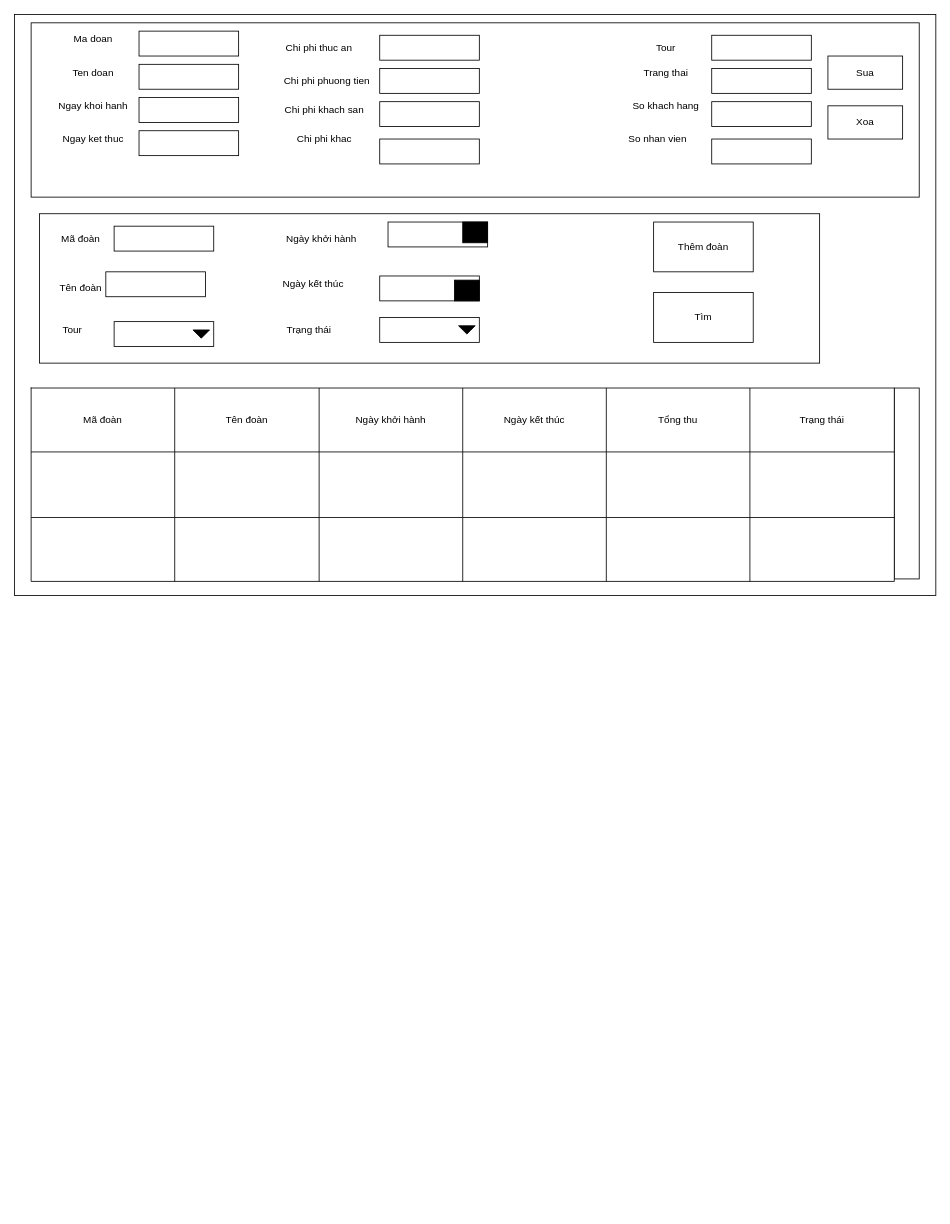
The draw.io diagram document/TouristGroupFrameProtortype.drawio in baotran0212/tourism-application, before the edit. Source tidied: cells renumbered, new cells numbered last; positions are measured from the earlier drawing's top-left corner, leaving out a move shared by most shapes. Both pictures are drawn from the tidied source at 83%, with x=0, y=0 at pixel (14, 14).
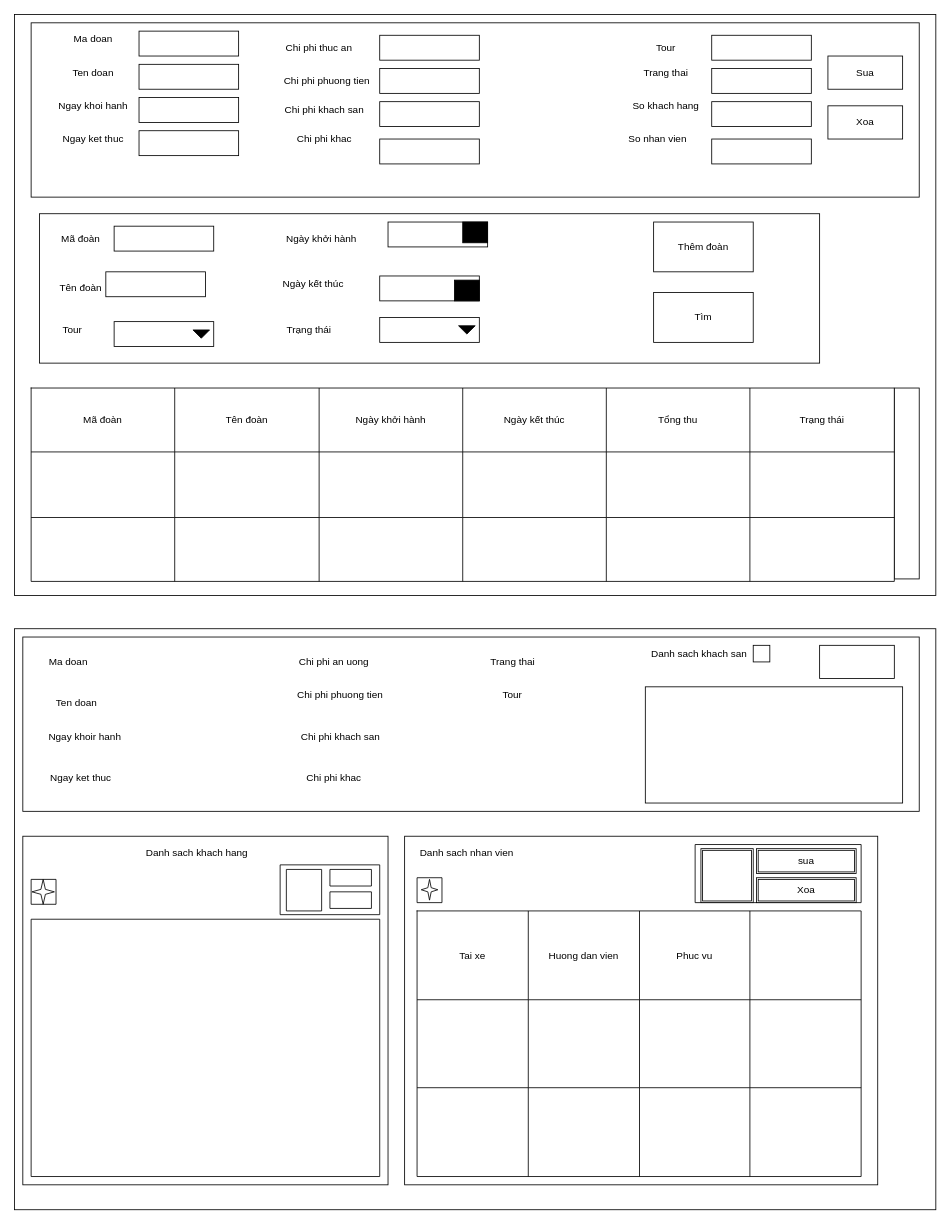
The same page after the edit.

The edit, as a diff of the source:
```diff
@@
+    <mxCell id="72" style="rounded=0;whiteSpace=wrap;html=1;" parent="1" vertex="1">
+      <mxGeometry y="740" width="1110" height="700" as="geometry" />
+    </mxCell>
+    <mxCell id="73" style="rounded=0;whiteSpace=wrap;html=1;" parent="1" vertex="1">
+      <mxGeometry x="10" y="750" width="1080" height="210" as="geometry" />
+    </mxCell>
+    <mxCell id="74" value="Ma doan" style="text;html=1;strokeColor=none;fillColor=none;align=center;verticalAlign=middle;whiteSpace=wrap;rounded=0;" parent="1" vertex="1">
+      <mxGeometry x="30" y="770" width="70" height="20" as="geometry" />
+    </mxCell>
+    <mxCell id="75" value="Ten doan" style="text;html=1;strokeColor=none;fillColor=none;align=center;verticalAlign=middle;whiteSpace=wrap;rounded=0;" parent="1" vertex="1">
+      <mxGeometry x="40" y="820" width="70" height="20" as="geometry" />
+    </mxCell>
+    <mxCell id="76" value="Ngay khoir hanh" style="text;html=1;strokeColor=none;fillColor=none;align=center;verticalAlign=middle;whiteSpace=wrap;rounded=0;" parent="1" vertex="1">
+      <mxGeometry x="20" y="860" width="130" height="20" as="geometry" />
+    </mxCell>
+    <mxCell id="77" value="Ngay ket thuc" style="text;html=1;strokeColor=none;fillColor=none;align=center;verticalAlign=middle;whiteSpace=wrap;rounded=0;" parent="1" vertex="1">
+      <mxGeometry x="5" y="910" width="150" height="20" as="geometry" />
+    </mxCell>
+    <mxCell id="78" value="Chi phi an uong" style="text;html=1;strokeColor=none;fillColor=none;align=center;verticalAlign=middle;whiteSpace=wrap;rounded=0;" parent="1" vertex="1">
+      <mxGeometry x="330" y="770" width="110" height="20" as="geometry" />
+    </mxCell>
+    <mxCell id="79" value="Chi phi phuong tien" style="text;html=1;strokeColor=none;fillColor=none;align=center;verticalAlign=middle;whiteSpace=wrap;rounded=0;" parent="1" vertex="1">
+      <mxGeometry x="335" y="810" width="115" height="20" as="geometry" />
+    </mxCell>
+    <mxCell id="80" value="Chi phi khach san" style="text;html=1;strokeColor=none;fillColor=none;align=center;verticalAlign=middle;whiteSpace=wrap;rounded=0;" parent="1" vertex="1">
+      <mxGeometry x="337.5" y="860" width="110" height="20" as="geometry" />
+    </mxCell>
+    <mxCell id="81" value="Chi phi khac" style="text;html=1;strokeColor=none;fillColor=none;align=center;verticalAlign=middle;whiteSpace=wrap;rounded=0;" parent="1" vertex="1">
+      <mxGeometry x="325" y="910" width="120" height="20" as="geometry" />
+    </mxCell>
+    <mxCell id="82" style="rounded=0;whiteSpace=wrap;html=1;" parent="1" vertex="1">
+      <mxGeometry x="10" y="990" width="440" height="420" as="geometry" />
+    </mxCell>
+    <mxCell id="83" value="Danh sach khach hang" style="text;html=1;strokeColor=none;fillColor=none;align=center;verticalAlign=middle;whiteSpace=wrap;rounded=0;" parent="1" vertex="1">
+      <mxGeometry x="155" y="1000" width="130" height="20" as="geometry" />
+    </mxCell>
+    <mxCell id="84" style="rounded=0;whiteSpace=wrap;html=1;" parent="1" vertex="1">
+      <mxGeometry x="470" y="990" width="570" height="420" as="geometry" />
+    </mxCell>
+    <mxCell id="85" value="Danh sach nhan vien" style="text;html=1;strokeColor=none;fillColor=none;align=center;verticalAlign=middle;whiteSpace=wrap;rounded=0;" parent="1" vertex="1">
+      <mxGeometry x="470" y="1000" width="150" height="20" as="geometry" />
+    </mxCell>
+    <mxCell id="86" style="shape=table;html=1;whiteSpace=wrap;startSize=0;childLayout=tableLayout;" parent="1" vertex="1">
+      <mxGeometry x="485" y="1080" width="535" height="320" as="geometry" />
+    </mxCell>
+    <mxCell id="87" style="shape=partialRectangle;html=1;whiteSpace=wrap;fillColor=none;top=0;left=0;bottom=0;right=0;" parent="86" vertex="1">
+      <mxGeometry width="535" height="107" as="geometry" />
+    </mxCell>
+    <mxCell id="88" value="Tai xe" style="shape=partialRectangle;html=1;whiteSpace=wrap;fillColor=none;top=0;left=0;bottom=0;right=0;overflow=hidden;" parent="87" vertex="1">
+      <mxGeometry width="134" height="107" as="geometry" />
+    </mxCell>
+    <mxCell id="89" value="Huong dan vien" style="shape=partialRectangle;html=1;whiteSpace=wrap;fillColor=none;top=0;left=0;bottom=0;right=0;overflow=hidden;" parent="87" vertex="1">
+      <mxGeometry x="134" width="134" height="107" as="geometry" />
+    </mxCell>
+    <mxCell id="90" value="Phuc vu" style="shape=partialRectangle;html=1;whiteSpace=wrap;fillColor=none;top=0;left=0;bottom=0;right=0;overflow=hidden;" parent="87" vertex="1">
+      <mxGeometry x="268" width="133" height="107" as="geometry" />
+    </mxCell>
+    <mxCell id="91" style="shape=partialRectangle;html=1;whiteSpace=wrap;fillColor=none;top=0;left=0;bottom=0;right=0;overflow=hidden;" parent="87" vertex="1">
+      <mxGeometry x="401" width="134" height="107" as="geometry" />
+    </mxCell>
+    <mxCell id="92" style="shape=partialRectangle;html=1;whiteSpace=wrap;fillColor=none;top=0;left=0;bottom=0;right=0;" parent="86" vertex="1">
+      <mxGeometry y="107" width="535" height="106" as="geometry" />
+    </mxCell>
+    <mxCell id="93" style="shape=partialRectangle;html=1;whiteSpace=wrap;fillColor=none;top=0;left=0;bottom=0;right=0;overflow=hidden;" parent="92" vertex="1">
+      <mxGeometry width="134" height="106" as="geometry" />
+    </mxCell>
+    <mxCell id="94" style="shape=partialRectangle;html=1;whiteSpace=wrap;fillColor=none;top=0;left=0;bottom=0;right=0;overflow=hidden;" parent="92" vertex="1">
+      <mxGeometry x="134" width="134" height="106" as="geometry" />
+    </mxCell>
+    <mxCell id="95" style="shape=partialRectangle;html=1;whiteSpace=wrap;fillColor=none;top=0;left=0;bottom=0;right=0;overflow=hidden;" parent="92" vertex="1">
+      <mxGeometry x="268" width="133" height="106" as="geometry" />
+    </mxCell>
+    <mxCell id="96" style="shape=partialRectangle;html=1;whiteSpace=wrap;fillColor=none;top=0;left=0;bottom=0;right=0;overflow=hidden;" parent="92" vertex="1">
+      <mxGeometry x="401" width="134" height="106" as="geometry" />
+    </mxCell>
+    <mxCell id="97" style="shape=partialRectangle;html=1;whiteSpace=wrap;fillColor=none;top=0;left=0;bottom=0;right=0;" parent="86" vertex="1">
+      <mxGeometry y="213" width="535" height="107" as="geometry" />
+    </mxCell>
+    <mxCell id="98" style="shape=partialRectangle;html=1;whiteSpace=wrap;fillColor=none;top=0;left=0;bottom=0;right=0;overflow=hidden;" parent="97" vertex="1">
+      <mxGeometry width="134" height="107" as="geometry" />
+    </mxCell>
+    <mxCell id="99" style="shape=partialRectangle;html=1;whiteSpace=wrap;fillColor=none;top=0;left=0;bottom=0;right=0;overflow=hidden;" parent="97" vertex="1">
+      <mxGeometry x="134" width="134" height="107" as="geometry" />
+    </mxCell>
+    <mxCell id="100" style="shape=partialRectangle;html=1;whiteSpace=wrap;fillColor=none;top=0;left=0;bottom=0;right=0;overflow=hidden;" parent="97" vertex="1">
+      <mxGeometry x="268" width="133" height="107" as="geometry" />
+    </mxCell>
+    <mxCell id="101" style="shape=partialRectangle;html=1;whiteSpace=wrap;fillColor=none;top=0;left=0;bottom=0;right=0;overflow=hidden;" parent="97" vertex="1">
+      <mxGeometry x="401" width="134" height="107" as="geometry" />
+    </mxCell>
+    <mxCell id="102" style="verticalLabelPosition=bottom;verticalAlign=top;html=1;shape=mxgraph.basic.rect;fillColor2=none;strokeWidth=1;size=20;indent=5;" parent="1" vertex="1">
+      <mxGeometry x="485" y="1040" width="30" height="30" as="geometry" />
+    </mxCell>
+    <mxCell id="103" style="verticalLabelPosition=bottom;verticalAlign=top;html=1;shape=mxgraph.basic.rect;fillColor2=none;strokeWidth=1;size=20;indent=5;" parent="1" vertex="1">
+      <mxGeometry x="820" y="1000" width="200" height="70" as="geometry" />
+    </mxCell>
+    <mxCell id="104" value="sua" style="shape=ext;double=1;rounded=0;whiteSpace=wrap;html=1;" parent="1" vertex="1">
+      <mxGeometry x="894" y="1005" width="120" height="30" as="geometry" />
+    </mxCell>
+    <mxCell id="105" value="Xoa" style="shape=ext;double=1;rounded=0;whiteSpace=wrap;html=1;" parent="1" vertex="1">
+      <mxGeometry x="894" y="1040" width="120" height="30" as="geometry" />
+    </mxCell>
+    <mxCell id="106" style="shape=ext;double=1;rounded=0;whiteSpace=wrap;html=1;" parent="1" vertex="1">
+      <mxGeometry x="827" y="1005" width="63" height="65" as="geometry" />
+    </mxCell>
+    <mxCell id="107" style="verticalLabelPosition=bottom;verticalAlign=top;html=1;shape=mxgraph.basic.4_point_star_2;dx=0.8;" parent="1" vertex="1">
+      <mxGeometry x="490" y="1042" width="20" height="25" as="geometry" />
+    </mxCell>
+    <mxCell id="108" style="verticalLabelPosition=bottom;verticalAlign=top;html=1;shape=mxgraph.basic.rect;fillColor2=none;strokeWidth=1;size=20;indent=5;" parent="1" vertex="1">
+      <mxGeometry x="20" y="1090" width="420" height="310" as="geometry" />
+    </mxCell>
+    <mxCell id="109" style="verticalLabelPosition=bottom;verticalAlign=top;html=1;shape=mxgraph.basic.rect;fillColor2=none;strokeWidth=1;size=20;indent=5;" parent="1" vertex="1">
+      <mxGeometry x="20" y="1042" width="30" height="30" as="geometry" />
+    </mxCell>
+    <mxCell id="110" style="verticalLabelPosition=bottom;verticalAlign=top;html=1;shape=mxgraph.basic.rect;fillColor2=none;strokeWidth=1;size=20;indent=5;" parent="1" vertex="1">
+      <mxGeometry x="320" y="1024.5" width="120" height="60" as="geometry" />
+    </mxCell>
+    <mxCell id="111" style="verticalLabelPosition=bottom;verticalAlign=top;html=1;shape=mxgraph.basic.rect;fillColor2=none;strokeWidth=1;size=20;indent=5;" parent="1" vertex="1">
+      <mxGeometry x="327.5" y="1030" width="42.5" height="50" as="geometry" />
+    </mxCell>
+    <mxCell id="112" style="verticalLabelPosition=bottom;verticalAlign=top;html=1;shape=mxgraph.basic.rect;fillColor2=none;strokeWidth=1;size=20;indent=5;" parent="1" vertex="1">
+      <mxGeometry x="380" y="1030" width="50" height="20" as="geometry" />
+    </mxCell>
+    <mxCell id="113" style="verticalLabelPosition=bottom;verticalAlign=top;html=1;shape=mxgraph.basic.rect;fillColor2=none;strokeWidth=1;size=20;indent=5;" parent="1" vertex="1">
+      <mxGeometry x="380" y="1057" width="50" height="20" as="geometry" />
+    </mxCell>
+    <mxCell id="114" style="verticalLabelPosition=bottom;verticalAlign=top;html=1;shape=mxgraph.basic.4_point_star_2;dx=0.8;" parent="1" vertex="1">
+      <mxGeometry x="21" y="1042" width="27" height="30" as="geometry" />
+    </mxCell>
+    <mxCell id="115" value="Trang thai" style="text;html=1;strokeColor=none;fillColor=none;align=center;verticalAlign=middle;whiteSpace=wrap;rounded=0;" parent="1" vertex="1">
+      <mxGeometry x="557.5" y="770" width="85" height="20" as="geometry" />
+    </mxCell>
+    <mxCell id="116" value="Tour" style="text;html=1;strokeColor=none;fillColor=none;align=center;verticalAlign=middle;whiteSpace=wrap;rounded=0;" parent="1" vertex="1">
+      <mxGeometry x="580" y="810" width="40" height="20" as="geometry" />
+    </mxCell>
+    <mxCell id="117" style="rounded=0;whiteSpace=wrap;html=1;" parent="1" vertex="1">
+      <mxGeometry x="760" y="810" width="310" height="140" as="geometry" />
+    </mxCell>
+    <mxCell id="118" value="Danh sach khach san" style="text;html=1;strokeColor=none;fillColor=none;align=center;verticalAlign=middle;whiteSpace=wrap;rounded=0;" parent="1" vertex="1">
+      <mxGeometry x="760" y="760" width="130" height="20" as="geometry" />
+    </mxCell>
+    <mxCell id="119" style="rounded=0;whiteSpace=wrap;html=1;" parent="1" vertex="1">
+      <mxGeometry x="890" y="760" width="20" height="20" as="geometry" />
+    </mxCell>
+    <mxCell id="120" style="rounded=0;whiteSpace=wrap;html=1;" parent="1" vertex="1">
+      <mxGeometry x="970" y="760" width="90" height="40" as="geometry" />
+    </mxCell>
```
